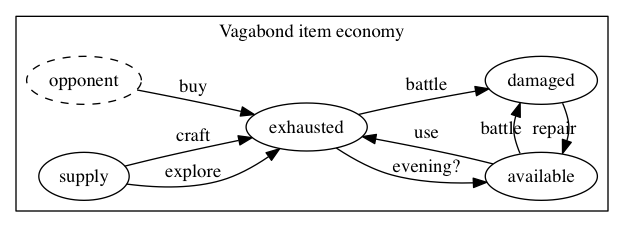
krawaller/root keeps this Graphviz diagram as diagrams/vagabond-items.png. Above is the earlier version. Its source is kept beside it as diagrams/vagabond-items.dot.
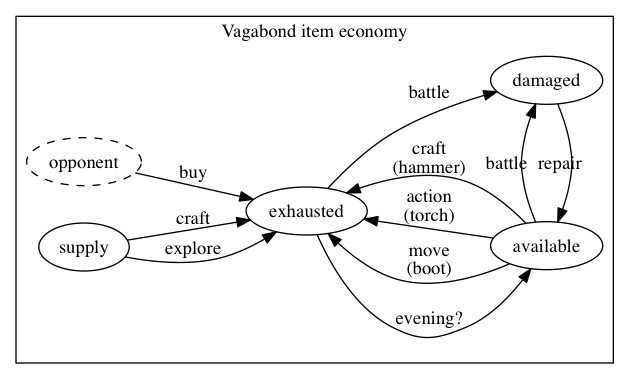
After the change.

Commit message:
vagabond item update

What changed in the source:
```diff
@@ -15,7 +15,9 @@
 
     exhausted -> available [label="evening?"]
 
-    available -> exhausted [label="use"]
+    available -> exhausted [label="move\n(boot)"]
+    available -> exhausted [label="action\n(torch)"]
+    available -> exhausted [label="craft\n(hammer)"]
 
     exhausted -> damaged [label="battle"]
 
```
